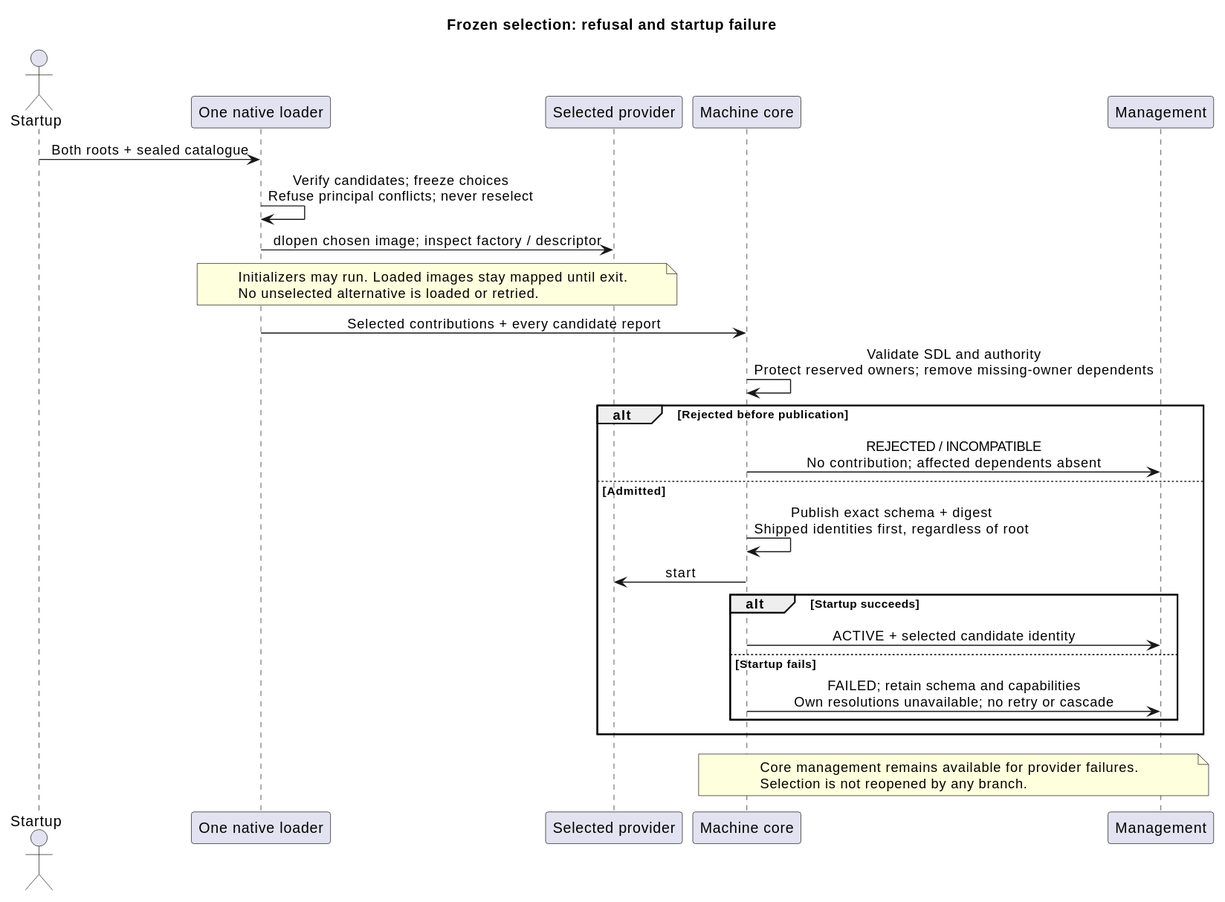
The PlantUML diagram docs/design/architecture/provider-publication.svg in Linkuistics/Koine, before a commit. Its diagram source:
```plantuml
@startuml
title Frozen selection: refusal and startup failure
skinparam backgroundColor transparent
skinparam sequenceMessageAlign center
actor "Startup" as Host
participant "One native loader" as Loader
participant "Selected provider" as Provider
participant "Machine core" as Core
participant "Management" as Management
Host -> Loader: Both roots + sealed catalogue
Loader -> Loader: Verify candidates; freeze choices\nRefuse principal conflicts; never reselect
Loader -> Provider: dlopen chosen image; inspect factory / descriptor
note over Loader, Provider
Initializers may run. Loaded images stay mapped until exit.
No unselected alternative is loaded or retried.
end note
Loader -> Core: Selected contributions + every candidate report
Core -> Core: Validate SDL and authority\nProtect reserved owners; remove missing-owner dependents
alt Rejected before publication
  Core -> Management: REJECTED / INCOMPATIBLE\nNo contribution; affected dependents absent
else Admitted
  Core -> Core: Publish exact schema + digest\nShipped identities first, regardless of root
  Core -> Provider: start
  alt Startup succeeds
    Core -> Management: ACTIVE + selected candidate identity
  else Startup fails
    Core -> Management: FAILED; retain schema and capabilities\nOwn resolutions unavailable; no retry or cascade
  end
end
note over Core, Management
Core management remains available for provider failures.
Selection is not reopened by any branch.
end note
@enduml
```
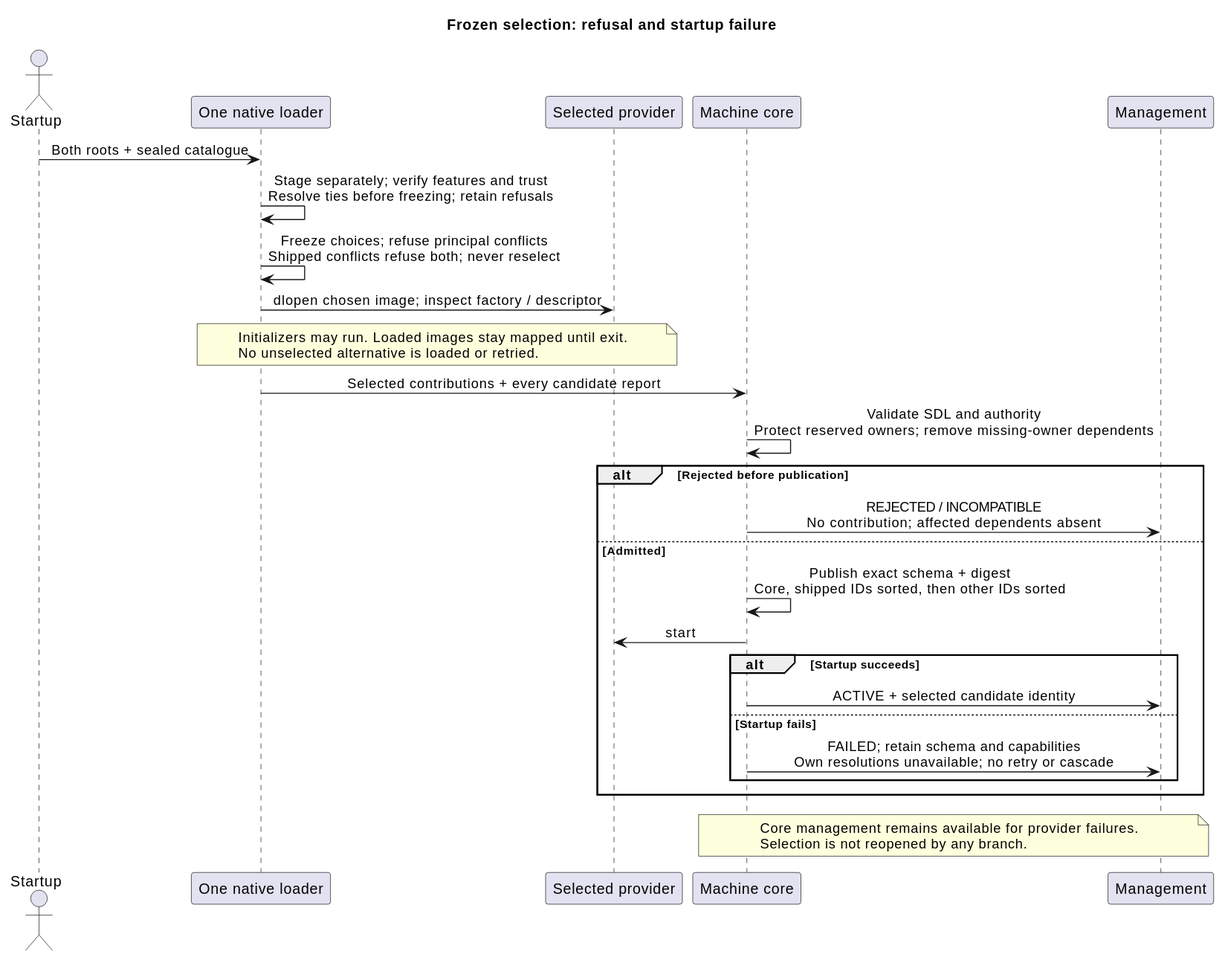
The same file after the commit.

Diff of the diagram source:
```diff
@@ -8,7 +8,8 @@
 participant "Machine core" as Core
 participant "Management" as Management
 Host -> Loader: Both roots + sealed catalogue
-Loader -> Loader: Verify candidates; freeze choices\nRefuse principal conflicts; never reselect
+Loader -> Loader: Stage separately; verify features and trust\nResolve ties before freezing; retain refusals
+Loader -> Loader: Freeze choices; refuse principal conflicts\nShipped conflicts refuse both; never reselect
 Loader -> Provider: dlopen chosen image; inspect factory / descriptor
 note over Loader, Provider
 Initializers may run. Loaded images stay mapped until exit.
@@ -19,7 +20,7 @@
 alt Rejected before publication
   Core -> Management: REJECTED / INCOMPATIBLE\nNo contribution; affected dependents absent
 else Admitted
-  Core -> Core: Publish exact schema + digest\nShipped identities first, regardless of root
+  Core -> Core: Publish exact schema + digest\nCore, shipped IDs sorted, then other IDs sorted
   Core -> Provider: start
   alt Startup succeeds
     Core -> Management: ACTIVE + selected candidate identity
```
